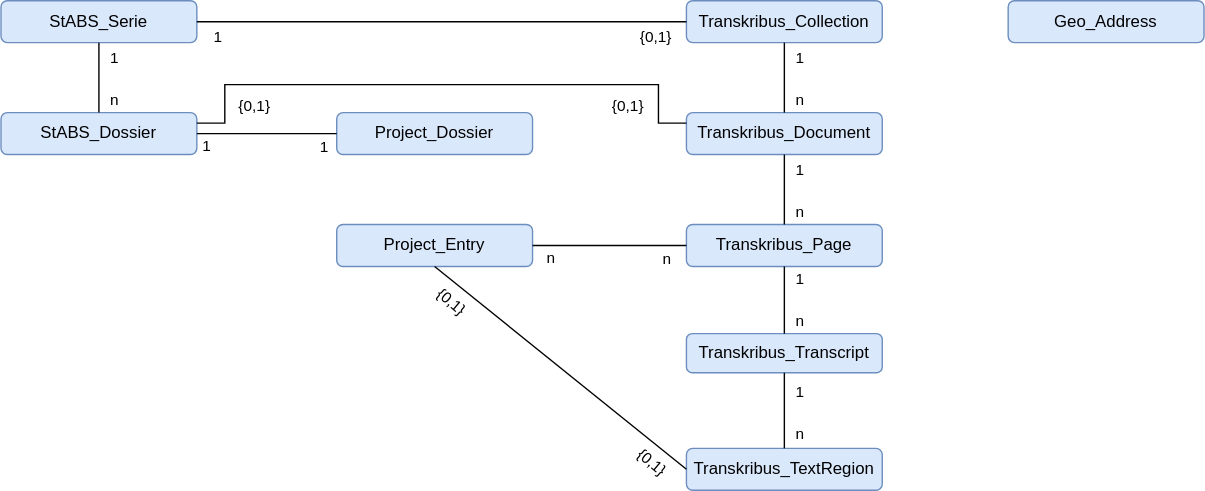
The draw.io diagram entityRelations.svg in history-unibas/Postgresql-Project-Database, before a commit. Source tidied: cells renumbered, new cells last; positions are measured from the earlier drawing's top-left corner, leaving out a move shared by most shapes.
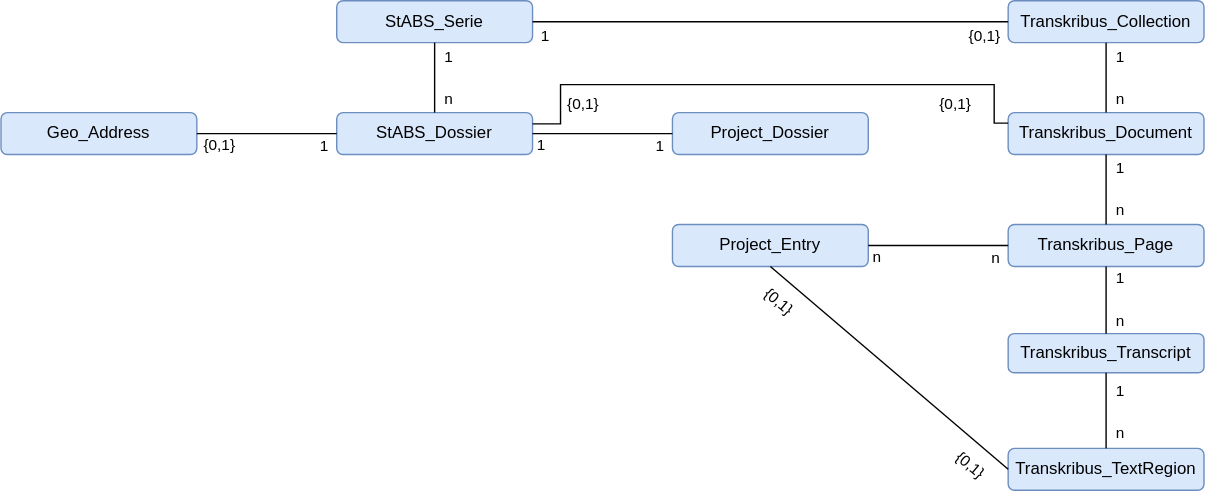
Above is the later version.

Change to the diagram source:
```diff
@@ -9,19 +9,19 @@
       <mxGeometry y="80" width="140" height="30" as="geometry" />
     </mxCell>
     <mxCell id="4" value="Transkribus_Collection" style="rounded=1;whiteSpace=wrap;html=1;fillColor=#dae8fc;strokeColor=#6c8ebf;" parent="1" vertex="1">
-      <mxGeometry x="490" width="140" height="30" as="geometry" />
+      <mxGeometry x="480" width="140" height="30" as="geometry" />
     </mxCell>
     <mxCell id="5" value="Transkribus_Document" style="rounded=1;whiteSpace=wrap;html=1;fillColor=#dae8fc;strokeColor=#6c8ebf;" parent="1" vertex="1">
-      <mxGeometry x="490" y="80" width="140" height="30" as="geometry" />
+      <mxGeometry x="480" y="80" width="140" height="30" as="geometry" />
     </mxCell>
     <mxCell id="6" value="Transkribus_Page" style="rounded=1;whiteSpace=wrap;html=1;fillColor=#dae8fc;strokeColor=#6c8ebf;" parent="1" vertex="1">
-      <mxGeometry x="490" y="160" width="140" height="30" as="geometry" />
+      <mxGeometry x="480" y="160" width="140" height="30" as="geometry" />
     </mxCell>
     <mxCell id="7" value="Transkribus_Transcript" style="rounded=1;whiteSpace=wrap;html=1;fillColor=#dae8fc;strokeColor=#6c8ebf;" parent="1" vertex="1">
-      <mxGeometry x="490" y="238" width="140" height="28" as="geometry" />
+      <mxGeometry x="480" y="238" width="140" height="28" as="geometry" />
     </mxCell>
     <mxCell id="8" value="Transkribus_TextRegion" style="rounded=1;whiteSpace=wrap;html=1;fillColor=#dae8fc;strokeColor=#6c8ebf;" parent="1" vertex="1">
-      <mxGeometry x="490" y="320" width="140" height="30" as="geometry" />
+      <mxGeometry x="480" y="320" width="140" height="30" as="geometry" />
     </mxCell>
     <mxCell id="9" style="endArrow=none;html=1;rounded=0;entryX=0.5;entryY=1;entryDx=0;entryDy=0;exitX=0.5;exitY=0;exitDx=0;exitDy=0;" parent="1" edge="1" source="3" target="2">
       <mxGeometry relative="1" as="geometry" />
@@ -148,11 +148,11 @@
     </mxCell>
     <mxCell id="36" value="{0,1}" style="edgeLabel;html=1;align=center;verticalAlign=middle;rotation=40;" parent="34" vertex="1">
       <mxGeometry relative="1" as="geometry">
-        <mxPoint x="65" y="67" as="offset" />
+        <mxPoint x="58" y="69" as="offset" />
       </mxGeometry>
     </mxCell>
     <mxCell id="37" value="Geo_Address" style="rounded=1;whiteSpace=wrap;html=1;fillColor=#dae8fc;strokeColor=#6c8ebf;" parent="1" vertex="1">
-      <mxGeometry x="720" width="140" height="30" as="geometry" />
+      <mxGeometry x="-240" y="80" width="140" height="30" as="geometry" />
     </mxCell>
     <mxCell id="38" value="Project_Dossier" style="rounded=1;whiteSpace=wrap;html=1;fillColor=#dae8fc;strokeColor=#6c8ebf;" parent="1" vertex="1">
       <mxGeometry x="240" y="80" width="140" height="30" as="geometry" />
@@ -170,5 +170,18 @@
         <mxPoint x="40" y="9" as="offset" />
       </mxGeometry>
     </mxCell>
+    <mxCell id="42" style="endArrow=none;html=1;rounded=0;entryX=0;entryY=0.5;entryDx=0;entryDy=0;exitX=1;exitY=0.5;exitDx=0;exitDy=0;" parent="1" edge="1" source="37" target="3">
+      <mxGeometry relative="1" as="geometry" />
+    </mxCell>
+    <mxCell id="43" value="{0,1}" style="edgeLabel;html=1;align=center;verticalAlign=middle;" parent="42" vertex="1">
+      <mxGeometry x="0.23" y="2" relative="1" as="geometry">
+        <mxPoint x="-46" y="10" as="offset" />
+      </mxGeometry>
+    </mxCell>
+    <mxCell id="44" value="1" style="edgeLabel;html=1;align=center;verticalAlign=middle;" parent="42" vertex="1">
+      <mxGeometry relative="1" as="geometry">
+        <mxPoint x="40" y="9" as="offset" />
+      </mxGeometry>
+    </mxCell>
   </root>
 </mxGraphModel>
```
